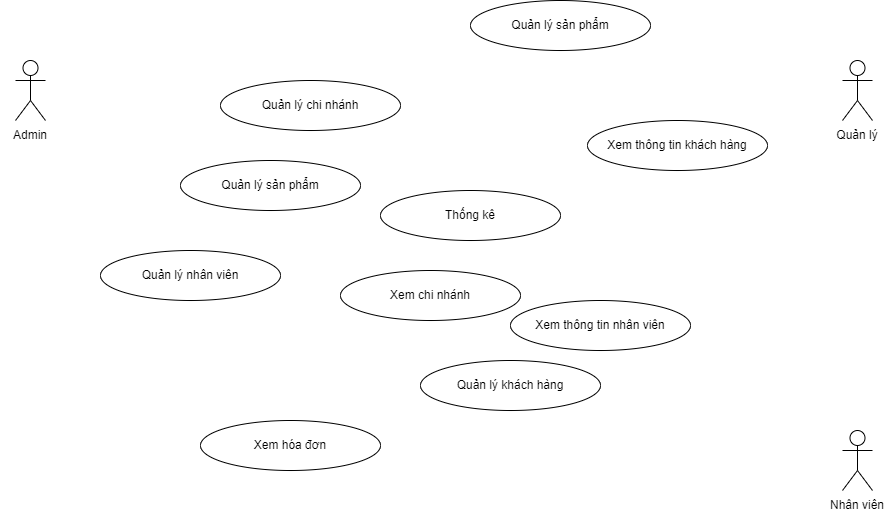
The draw.io diagram Sơ Đồ UseCase.png in ChauCongTu/thiet-ke-linh-tinh, before a commit. Source tidied: cells renumbered, new cells last; positions are measured from the earlier drawing's top-left corner, leaving out a move shared by most shapes.
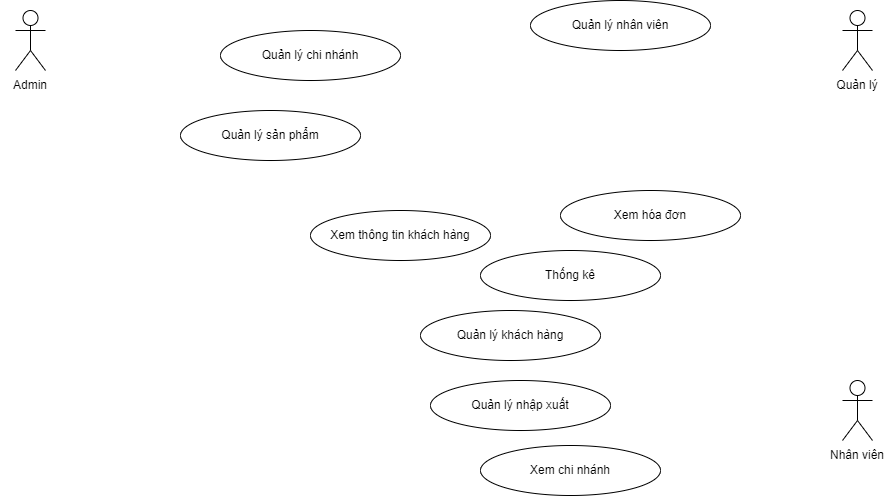
The same file after the commit.

Commit message:
Cập nhật Sơ Đồ UseCase.png

Change to the diagram source:
```diff
@@ -29,26 +29,23 @@
     <mxCell id="10" value="Quản lý&amp;nbsp;khách hàng" style="ellipse;whiteSpace=wrap;html=1;" parent="1" vertex="1">
       <mxGeometry x="420" y="360" width="180" height="50" as="geometry" />
     </mxCell>
-    <mxCell id="11" value="Quản lý sản phẩm" style="ellipse;whiteSpace=wrap;html=1;" parent="1" vertex="1">
-      <mxGeometry x="470" width="180" height="50" as="geometry" />
+    <mxCell id="11" value="Quản lý nhập xuất" style="ellipse;whiteSpace=wrap;html=1;" parent="1" vertex="1">
+      <mxGeometry x="430" y="430" width="180" height="50" as="geometry" />
     </mxCell>
     <mxCell id="12" value="Thống kê" style="ellipse;whiteSpace=wrap;html=1;" parent="1" vertex="1">
-      <mxGeometry x="380" y="190" width="180" height="50" as="geometry" />
+      <mxGeometry x="480" y="300" width="180" height="50" as="geometry" />
     </mxCell>
     <mxCell id="13" value="Quản lý nhân viên" style="ellipse;whiteSpace=wrap;html=1;" parent="1" vertex="1">
-      <mxGeometry x="100" y="250" width="180" height="50" as="geometry" />
+      <mxGeometry x="530" y="50" width="180" height="50" as="geometry" />
     </mxCell>
     <mxCell id="14" value="Xem chi nhánh" style="ellipse;whiteSpace=wrap;html=1;" parent="1" vertex="1">
-      <mxGeometry x="340" y="270" width="180" height="50" as="geometry" />
+      <mxGeometry x="480" y="495" width="180" height="50" as="geometry" />
     </mxCell>
     <mxCell id="15" value="Xem thông tin khách hàng" style="ellipse;whiteSpace=wrap;html=1;" parent="1" vertex="1">
-      <mxGeometry x="587" y="120" width="180" height="50" as="geometry" />
+      <mxGeometry x="310" y="260" width="180" height="50" as="geometry" />
     </mxCell>
-    <mxCell id="16" value="Xem thông tin nhân viên" style="ellipse;whiteSpace=wrap;html=1;" parent="1" vertex="1">
-      <mxGeometry x="510" y="300" width="180" height="50" as="geometry" />
-    </mxCell>
     <mxCell id="17" value="Xem hóa đơn" style="ellipse;whiteSpace=wrap;html=1;" parent="1" vertex="1">
-      <mxGeometry x="200" y="420" width="180" height="50" as="geometry" />
+      <mxGeometry x="560" y="240" width="180" height="50" as="geometry" />
     </mxCell>
   </root>
 </mxGraphModel>
```
